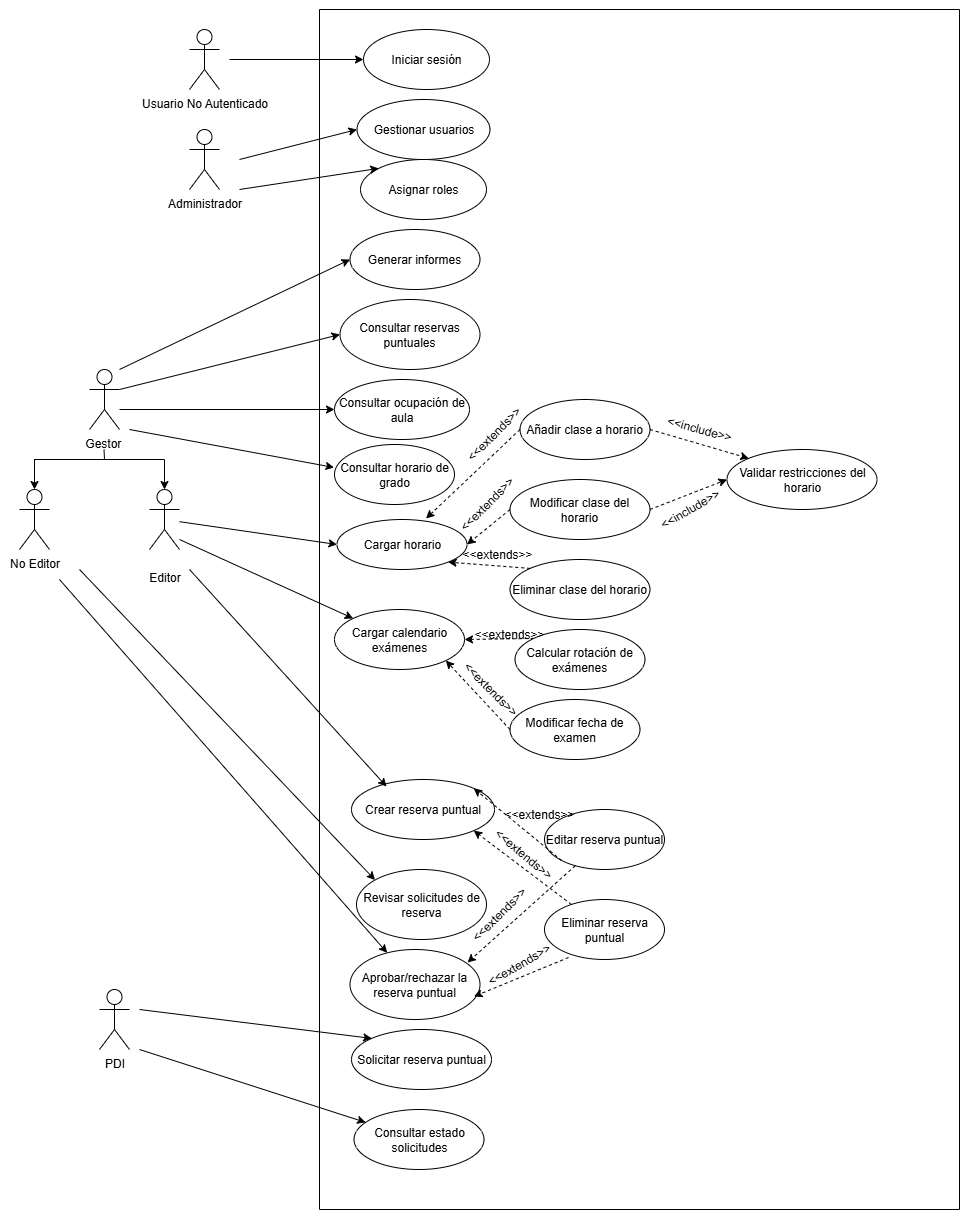
This is doc/img/Diagrama de casos de uso.png from rebecacuestaestepar/Trabajo-Fin-de-Grado-2025-2026, a draw.io export, as it was before one commit. Source tidied: cells renumbered, new cells last; positions are measured from the earlier drawing's top-left corner, leaving out a move shared by most shapes.
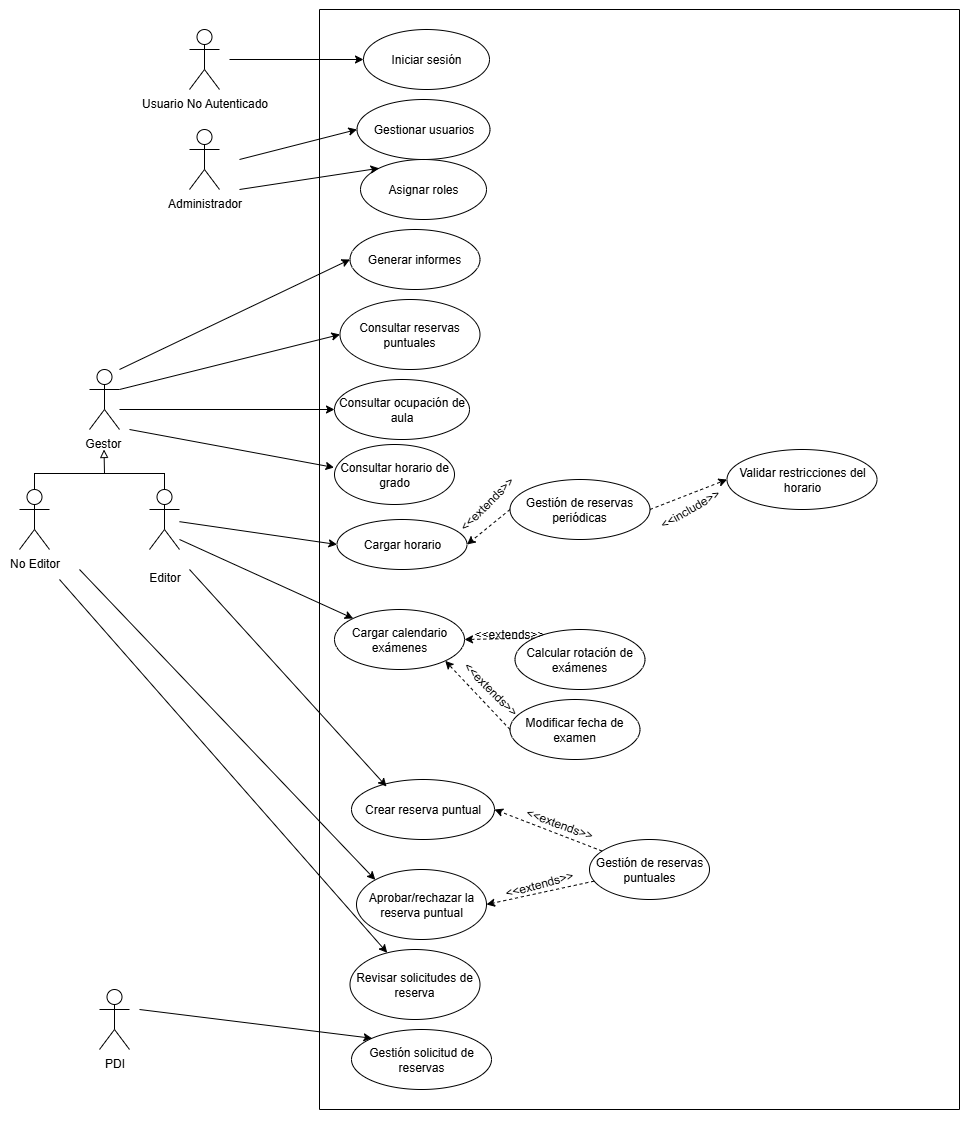
After the change.

Commit message:
Corregir diagrama de casos de uso y actualizar sprints

Diff of the diagram source:
```diff
@@ -26,36 +26,24 @@
     <mxCell id="9" value="Crear reserva puntual" style="ellipse;whiteSpace=wrap;html=1;" parent="1" vertex="1">
       <mxGeometry x="332" y="770" width="143" height="60" as="geometry" />
     </mxCell>
-    <mxCell id="10" value="Editar reserva puntual" style="ellipse;whiteSpace=wrap;html=1;" parent="1" vertex="1">
-      <mxGeometry x="525" y="800" width="120" height="60" as="geometry" />
+    <mxCell id="10" value="Gestión de reservas puntuales" style="ellipse;whiteSpace=wrap;html=1;" parent="1" vertex="1">
+      <mxGeometry x="570" y="830" width="120" height="60" as="geometry" />
     </mxCell>
-    <mxCell id="11" value="Eliminar reserva puntual" style="ellipse;whiteSpace=wrap;html=1;" parent="1" vertex="1">
-      <mxGeometry x="525" y="890" width="120" height="60" as="geometry" />
-    </mxCell>
-    <mxCell id="12" value="Solicitar reserva puntual" style="ellipse;whiteSpace=wrap;html=1;" parent="1" vertex="1">
+    <mxCell id="12" value="Gestión solicitud de reservas" style="ellipse;whiteSpace=wrap;html=1;" parent="1" vertex="1">
       <mxGeometry x="332" y="1020" width="140" height="60" as="geometry" />
     </mxCell>
-    <mxCell id="13" value="Revisar solicitudes de reserva" style="ellipse;whiteSpace=wrap;html=1;" parent="1" vertex="1">
+    <mxCell id="13" value="Aprobar/rechazar la reserva puntual" style="ellipse;whiteSpace=wrap;html=1;" parent="1" vertex="1">
       <mxGeometry x="337" y="860" width="130" height="70" as="geometry" />
     </mxCell>
-    <mxCell id="14" value="Aprobar/rechazar la reserva puntual" style="ellipse;whiteSpace=wrap;html=1;" parent="1" vertex="1">
+    <mxCell id="14" value="Revisar solicitudes de reserva" style="ellipse;whiteSpace=wrap;html=1;" parent="1" vertex="1">
       <mxGeometry x="330.5" y="940" width="130" height="70" as="geometry" />
     </mxCell>
-    <mxCell id="15" value="Consultar estado solicitudes" style="ellipse;whiteSpace=wrap;html=1;" parent="1" vertex="1">
-      <mxGeometry x="334.5" y="1100" width="130" height="60" as="geometry" />
-    </mxCell>
-    <mxCell id="16" value="Añadir clase a horario" style="ellipse;whiteSpace=wrap;html=1;" parent="1" vertex="1">
-      <mxGeometry x="500.5" y="390" width="130" height="60" as="geometry" />
-    </mxCell>
-    <mxCell id="17" value="Modificar clase del horario" style="ellipse;whiteSpace=wrap;html=1;" parent="1" vertex="1">
+    <mxCell id="17" value="Gestión de reservas periódicas" style="ellipse;whiteSpace=wrap;html=1;" parent="1" vertex="1">
       <mxGeometry x="490.5" y="470" width="140" height="60" as="geometry" />
     </mxCell>
     <mxCell id="18" value="Cargar horario" style="ellipse;whiteSpace=wrap;html=1;" parent="1" vertex="1">
       <mxGeometry x="317.5" y="510" width="130" height="50" as="geometry" />
     </mxCell>
-    <mxCell id="19" value="Eliminar clase del horario" style="ellipse;whiteSpace=wrap;html=1;" parent="1" vertex="1">
-      <mxGeometry x="490.5" y="550" width="140" height="60" as="geometry" />
-    </mxCell>
     <mxCell id="20" value="Validar restricciones del horario" style="ellipse;whiteSpace=wrap;html=1;" parent="1" vertex="1">
       <mxGeometry x="707.5" y="440" width="150" height="60" as="geometry" />
     </mxCell>
@@ -82,19 +70,19 @@
     </mxCell>
     <mxCell id="28" style="endArrow=none;html=1;rounded=0;" parent="1" edge="1">
       <mxGeometry relative="1" as="geometry">
-        <mxPoint x="300" y="1200" as="sourcePoint" />
+        <mxPoint x="300" y="1100" as="sourcePoint" />
         <mxPoint x="300" as="targetPoint" />
       </mxGeometry>
     </mxCell>
     <mxCell id="29" style="endArrow=none;html=1;rounded=0;" parent="1" edge="1">
       <mxGeometry relative="1" as="geometry">
-        <mxPoint x="300" y="1200" as="sourcePoint" />
-        <mxPoint x="940" y="1200" as="targetPoint" />
+        <mxPoint x="300" y="1100" as="sourcePoint" />
+        <mxPoint x="940" y="1100" as="targetPoint" />
       </mxGeometry>
     </mxCell>
     <mxCell id="30" style="endArrow=none;html=1;rounded=0;" parent="1" edge="1">
       <mxGeometry relative="1" as="geometry">
-        <mxPoint x="940" y="1200" as="sourcePoint" />
+        <mxPoint x="940" y="1100" as="sourcePoint" />
         <mxPoint x="940" as="targetPoint" />
       </mxGeometry>
     </mxCell>
@@ -104,41 +92,19 @@
         <mxPoint x="940" as="targetPoint" />
       </mxGeometry>
     </mxCell>
-    <mxCell id="32" style="endArrow=classic;html=1;rounded=0;entryX=0;entryY=0;entryDx=0;entryDy=0;dashed=1;" parent="1" edge="1" target="20">
-      <mxGeometry relative="1" as="geometry">
-        <mxPoint x="630.5" y="420" as="sourcePoint" />
-      </mxGeometry>
-    </mxCell>
     <mxCell id="33" style="endArrow=classic;html=1;rounded=0;entryX=0;entryY=0.5;entryDx=0;entryDy=0;dashed=1;" parent="1" edge="1" target="20">
       <mxGeometry relative="1" as="geometry">
         <mxPoint x="630.5" y="500" as="sourcePoint" />
       </mxGeometry>
     </mxCell>
-    <mxCell id="34" style="endArrow=classic;html=1;rounded=0;entryX=0.685;entryY=-0.02;entryDx=0;entryDy=0;entryPerimeter=0;dashed=1;" parent="1" edge="1" target="18">
-      <mxGeometry relative="1" as="geometry">
-        <mxPoint x="500.5" y="420" as="sourcePoint" />
-      </mxGeometry>
-    </mxCell>
     <mxCell id="35" style="endArrow=classic;html=1;rounded=0;entryX=1;entryY=0.5;entryDx=0;entryDy=0;dashed=1;" parent="1" edge="1" target="18">
       <mxGeometry relative="1" as="geometry">
         <mxPoint x="490.5" y="500" as="sourcePoint" />
       </mxGeometry>
     </mxCell>
-    <mxCell id="36" style="endArrow=classic;html=1;rounded=0;entryX=1;entryY=1;entryDx=0;entryDy=0;exitX=0;exitY=0;exitDx=0;exitDy=0;dashed=1;" parent="1" edge="1" source="19" target="18">
-      <mxGeometry relative="1" as="geometry" />
-    </mxCell>
     <mxCell id="37" value="&amp;lt;&amp;lt;extends&amp;gt;&amp;gt;" style="text;html=1;align=center;verticalAlign=middle;whiteSpace=wrap;rounded=0;rotation=-45;" parent="1" vertex="1">
       <mxGeometry x="437.5" y="480" width="60" height="30" as="geometry" />
     </mxCell>
-    <mxCell id="38" value="&amp;lt;&amp;lt;extends&amp;gt;&amp;gt;" style="text;html=1;align=center;verticalAlign=middle;whiteSpace=wrap;rounded=0;rotation=-45;" parent="1" vertex="1">
-      <mxGeometry x="444.5" y="410" width="60" height="30" as="geometry" />
-    </mxCell>
-    <mxCell id="39" value="&amp;lt;&amp;lt;extends&amp;gt;&amp;gt;" style="text;html=1;align=center;verticalAlign=middle;whiteSpace=wrap;rounded=0;rotation=0;" parent="1" vertex="1">
-      <mxGeometry x="447.5" y="530" width="60" height="30" as="geometry" />
-    </mxCell>
-    <mxCell id="40" value="&amp;lt;&amp;lt;include&amp;gt;&amp;gt;" style="text;html=1;align=center;verticalAlign=middle;whiteSpace=wrap;rounded=0;rotation=15;" parent="1" vertex="1">
-      <mxGeometry x="650.5" y="405" width="60" height="30" as="geometry" />
-    </mxCell>
     <mxCell id="41" value="&amp;lt;&amp;lt;include&amp;gt;&amp;gt;" style="text;html=1;align=center;verticalAlign=middle;whiteSpace=wrap;rounded=0;rotation=-30;" parent="1" vertex="1">
       <mxGeometry x="640.5" y="485" width="60" height="30" as="geometry" />
     </mxCell>
@@ -156,30 +122,18 @@
     <mxCell id="45" value="&amp;lt;&amp;lt;extends&amp;gt;&amp;gt;" style="text;html=1;align=center;verticalAlign=middle;whiteSpace=wrap;rounded=0;rotation=45;" parent="1" vertex="1">
       <mxGeometry x="441" y="665" width="60" height="30" as="geometry" />
     </mxCell>
-    <mxCell id="46" style="endArrow=classic;html=1;rounded=0;entryX=0.904;entryY=0.186;entryDx=0;entryDy=0;dashed=1;entryPerimeter=0;" parent="1" edge="1" source="10" target="14">
+    <mxCell id="46" style="endArrow=classic;html=1;rounded=0;entryX=1;entryY=0.5;entryDx=0;entryDy=0;dashed=1;" parent="1" edge="1" source="10" target="13">
       <mxGeometry relative="1" as="geometry" />
     </mxCell>
-    <mxCell id="47" style="endArrow=classic;html=1;rounded=0;entryX=0.954;entryY=0.671;entryDx=0;entryDy=0;entryPerimeter=0;exitX=0.2;exitY=0.967;exitDx=0;exitDy=0;dashed=1;exitPerimeter=0;" parent="1" edge="1" source="11" target="14">
-      <mxGeometry relative="1" as="geometry" />
-    </mxCell>
-    <mxCell id="48" style="endArrow=classic;html=1;rounded=0;entryX=1;entryY=0;entryDx=0;entryDy=0;exitX=0;exitY=1;exitDx=0;exitDy=0;dashed=1;" parent="1" edge="1" source="10" target="9">
+    <mxCell id="48" style="endArrow=classic;html=1;rounded=0;entryX=1;entryY=0.5;entryDx=0;entryDy=0;dashed=1;" parent="1" edge="1" source="10" target="9">
       <mxGeometry relative="1" as="geometry" />
     </mxCell>
-    <mxCell id="49" style="endArrow=classic;html=1;rounded=0;entryX=1;entryY=1;entryDx=0;entryDy=0;dashed=1;" parent="1" edge="1" source="11" target="9">
-      <mxGeometry relative="1" as="geometry" />
-    </mxCell>
-    <mxCell id="50" value="&amp;lt;&amp;lt;extends&amp;gt;&amp;gt;" style="text;html=1;align=center;verticalAlign=middle;whiteSpace=wrap;rounded=0;" parent="1" vertex="1">
-      <mxGeometry x="490" y="790" width="60" height="30" as="geometry" />
+    <mxCell id="50" value="&amp;lt;&amp;lt;extends&amp;gt;&amp;gt;" style="text;html=1;align=center;verticalAlign=middle;whiteSpace=wrap;rounded=0;rotation=20;" parent="1" vertex="1">
+      <mxGeometry x="510" y="800" width="60" height="30" as="geometry" />
     </mxCell>
-    <mxCell id="51" value="&amp;lt;&amp;lt;extends&amp;gt;&amp;gt;" style="text;html=1;align=center;verticalAlign=middle;whiteSpace=wrap;rounded=0;rotation=40;" parent="1" vertex="1">
-      <mxGeometry x="474" y="830" width="60" height="30" as="geometry" />
-    </mxCell>
-    <mxCell id="52" value="&amp;lt;&amp;lt;extends&amp;gt;&amp;gt;" style="text;html=1;align=center;verticalAlign=middle;whiteSpace=wrap;rounded=0;rotation=-45;" parent="1" vertex="1">
-      <mxGeometry x="450" y="890" width="60" height="30" as="geometry" />
+    <mxCell id="52" value="&amp;lt;&amp;lt;extends&amp;gt;&amp;gt;" style="text;html=1;align=center;verticalAlign=middle;whiteSpace=wrap;rounded=0;rotation=-15;" parent="1" vertex="1">
+      <mxGeometry x="490.5" y="860" width="60" height="30" as="geometry" />
     </mxCell>
-    <mxCell id="53" value="&amp;lt;&amp;lt;extends&amp;gt;&amp;gt;" style="text;html=1;align=center;verticalAlign=middle;whiteSpace=wrap;rounded=0;rotation=-30;" parent="1" vertex="1">
-      <mxGeometry x="470.5" y="940" width="60" height="30" as="geometry" />
-    </mxCell>
     <mxCell id="54" style="endArrow=classic;html=1;rounded=0;entryX=0;entryY=0.5;entryDx=0;entryDy=0;" parent="1" edge="1" target="6">
       <mxGeometry relative="1" as="geometry">
         <mxPoint x="210" y="50" as="sourcePoint" />
@@ -246,34 +200,29 @@
         <mxPoint x="120" y="1000" as="sourcePoint" />
       </mxGeometry>
     </mxCell>
-    <mxCell id="68" style="endArrow=classic;html=1;rounded=0;" parent="1" edge="1" target="15">
-      <mxGeometry relative="1" as="geometry">
-        <mxPoint x="120" y="1040" as="sourcePoint" />
-      </mxGeometry>
-    </mxCell>
     <mxCell id="69" value="Usuario No Autenticado" style="shape=umlActor;verticalLabelPosition=bottom;verticalAlign=top;html=1;" parent="1" vertex="1">
       <mxGeometry x="170" y="20" width="30" height="60" as="geometry" />
     </mxCell>
-    <mxCell id="70" style="endArrow=none;html=1;rounded=0;" parent="1" edge="1">
+    <mxCell id="70" style="endArrow=block;html=1;rounded=0;endFill=0;" parent="1" edge="1">
       <mxGeometry relative="1" as="geometry">
-        <mxPoint x="85" y="450" as="sourcePoint" />
+        <mxPoint x="85" y="464" as="sourcePoint" />
         <mxPoint x="84.5" y="440" as="targetPoint" />
       </mxGeometry>
     </mxCell>
     <mxCell id="71" style="endArrow=none;html=1;rounded=0;" parent="1" edge="1">
       <mxGeometry relative="1" as="geometry">
-        <mxPoint x="14.5" y="450" as="sourcePoint" />
-        <mxPoint x="145" y="450" as="targetPoint" />
+        <mxPoint x="15" y="464" as="sourcePoint" />
+        <mxPoint x="145" y="464" as="targetPoint" />
       </mxGeometry>
     </mxCell>
-    <mxCell id="72" style="endArrow=classic;html=1;rounded=0;entryX=0.5;entryY=0;entryDx=0;entryDy=0;entryPerimeter=0;" parent="1" edge="1" target="57">
+    <mxCell id="72" style="endArrow=none;html=1;rounded=0;entryX=0.5;entryY=0;entryDx=0;entryDy=0;entryPerimeter=0;endFill=0;" parent="1" edge="1" target="57">
       <mxGeometry relative="1" as="geometry">
-        <mxPoint x="145" y="450" as="sourcePoint" />
+        <mxPoint x="145" y="463.5" as="sourcePoint" />
       </mxGeometry>
     </mxCell>
-    <mxCell id="73" style="endArrow=classic;html=1;rounded=0;entryX=0.5;entryY=0;entryDx=0;entryDy=0;entryPerimeter=0;" parent="1" edge="1" target="4">
+    <mxCell id="73" style="endArrow=none;html=1;rounded=0;entryX=0.5;entryY=0;entryDx=0;entryDy=0;entryPerimeter=0;endFill=0;" parent="1" edge="1" target="4">
       <mxGeometry relative="1" as="geometry">
-        <mxPoint x="15" y="450" as="sourcePoint" />
+        <mxPoint x="15" y="463.5" as="sourcePoint" />
       </mxGeometry>
     </mxCell>
   </root>
```
